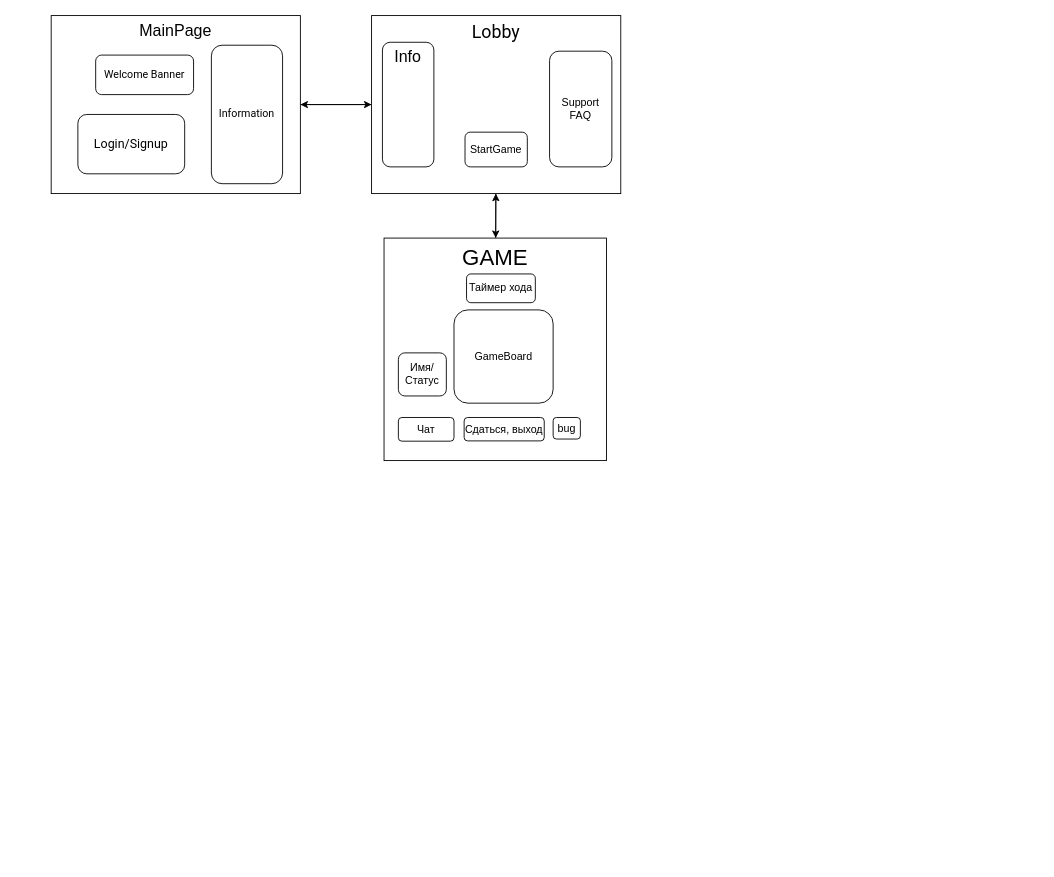
Before: [web]Концепт игры.drawio in Nikita1234678/Jeu_De_Dames_diplom_work, a draw.io diagram. Source tidied: cells renumbered, new cells numbered last; positions are measured from the earlier drawing's top-left corner, leaving out a move shared by most shapes. Both pictures are drawn from the tidied source at 89%, with x=0, y=0 at pixel (51, 15).
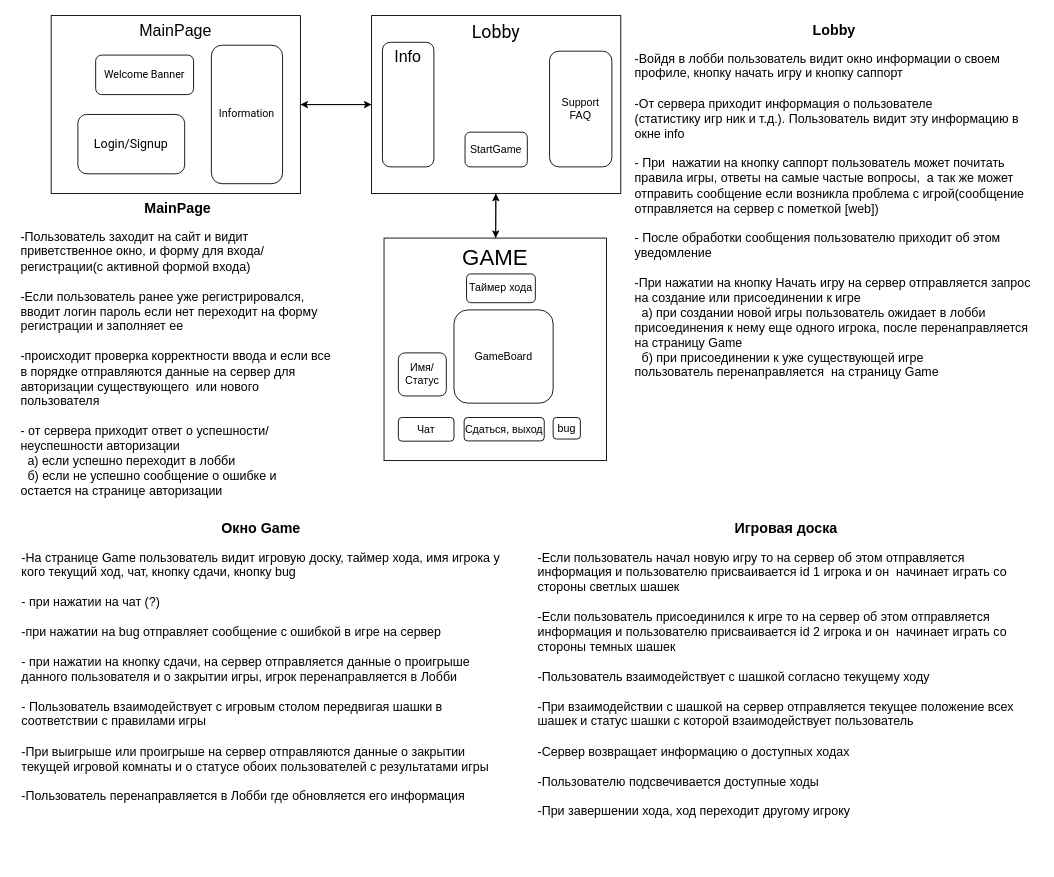
Above is the later version.

The edit, as a diff of the source:
```diff
@@
+    <mxCell id="21" value="&lt;div style=&quot;padding-left: 5px;&quot;&gt;&lt;span style=&quot;background-color: initial;&quot;&gt;&lt;b&gt;&lt;font style=&quot;font-size: 16px;&quot;&gt;MainPage&lt;/font&gt;&lt;/b&gt;&lt;/span&gt;&lt;/div&gt;&lt;div style=&quot;text-align: left; padding-left: 5px;&quot;&gt;&lt;span style=&quot;background-color: initial;&quot;&gt;&lt;br&gt;&lt;/span&gt;&lt;/div&gt;&lt;div style=&quot;text-align: left; padding-left: 5px; font-size: 14px;&quot;&gt;&lt;font style=&quot;font-size: 14px;&quot;&gt;&lt;span style=&quot;background-color: initial;&quot;&gt;-Пользователь заходит на сайт и видит приветственное окно, и форму для входа/регистрации(с активной формой входа)&lt;/span&gt;&lt;br&gt;&lt;/font&gt;&lt;/div&gt;&lt;div style=&quot;text-align: left; padding-left: 5px; font-size: 14px;&quot;&gt;&lt;font style=&quot;font-size: 14px;&quot;&gt;&lt;span style=&quot;background-color: initial;&quot;&gt;&lt;br&gt;&lt;/span&gt;&lt;/font&gt;&lt;/div&gt;&lt;div style=&quot;text-align: left; padding-left: 5px; font-size: 14px;&quot;&gt;&lt;font style=&quot;font-size: 14px;&quot;&gt;&lt;span style=&quot;background-color: initial;&quot;&gt;-Если пользователь ранее уже регистрировался, вводит логин пароль если нет переходит на форму регистрации и заполняет ее&lt;/span&gt;&lt;br&gt;&lt;/font&gt;&lt;/div&gt;&lt;div style=&quot;text-align: left; padding-left: 5px; font-size: 14px;&quot;&gt;&lt;span style=&quot;background-color: initial;&quot;&gt;&lt;font style=&quot;font-size: 14px;&quot;&gt;&lt;br&gt;&lt;/font&gt;&lt;/span&gt;&lt;/div&gt;&lt;div style=&quot;text-align: left; padding-left: 5px; font-size: 14px;&quot;&gt;&lt;span style=&quot;background-color: initial;&quot;&gt;&lt;font style=&quot;font-size: 14px;&quot;&gt;-происходит проверка корректности ввода и если все в порядке отправляются данные на сервер для авторизации существующего&amp;nbsp; или нового пользователя&lt;/font&gt;&lt;/span&gt;&lt;/div&gt;&lt;div style=&quot;text-align: left; padding-left: 5px; font-size: 14px;&quot;&gt;&lt;span style=&quot;background-color: initial;&quot;&gt;&lt;font style=&quot;font-size: 14px;&quot;&gt;&lt;br&gt;&lt;/font&gt;&lt;/span&gt;&lt;/div&gt;&lt;div style=&quot;text-align: left; padding-left: 5px; font-size: 14px;&quot;&gt;&lt;span style=&quot;background-color: initial;&quot;&gt;&lt;font style=&quot;font-size: 14px;&quot;&gt;- от сервера приходит ответ о успешности/неуспешности авторизации&lt;/font&gt;&lt;/span&gt;&lt;/div&gt;&lt;div style=&quot;text-align: left; padding-left: 5px; font-size: 14px;&quot;&gt;&lt;span style=&quot;background-color: initial;&quot;&gt;&lt;font style=&quot;font-size: 14px;&quot;&gt;&amp;nbsp; а) если успешно переходит в лобби&lt;/font&gt;&lt;/span&gt;&lt;/div&gt;&lt;div style=&quot;text-align: left; padding-left: 5px; padding-right: 5px; font-size: 14px;&quot;&gt;&lt;span style=&quot;background-color: initial;&quot;&gt;&lt;font style=&quot;font-size: 14px;&quot;&gt;&lt;font style=&quot;font-size: 14px;&quot;&gt;&amp;nbsp; б) если не успешно сообщение о ошибке и остается на странице авторизации&lt;/font&gt;&lt;i style=&quot;&quot;&gt;&amp;nbsp;&lt;/i&gt;&amp;nbsp;&lt;/font&gt;&lt;/span&gt;&lt;/div&gt;" style="text;html=1;align=center;verticalAlign=top;whiteSpace=wrap;rounded=0;" parent="1" vertex="1">
+      <mxGeometry x="-40" y="200" width="360" height="350" as="geometry" />
+    </mxCell>
+    <mxCell id="22" value="&lt;font size=&quot;1&quot; style=&quot;&quot;&gt;&lt;b style=&quot;font-size: 16px;&quot;&gt;Lobby&lt;/b&gt;&lt;/font&gt;&lt;div&gt;&lt;font style=&quot;font-size: 12px;&quot;&gt;&lt;br&gt;&lt;/font&gt;&lt;/div&gt;&lt;div style=&quot;text-align: left; padding-right: 5px; padding-left: 5px; font-size: 14px;&quot;&gt;&lt;font style=&quot;font-size: 14px;&quot;&gt;-Войдя в лобби пользователь видит окно информации о своем профиле, кнопку начать игру и кнопку саппорт&amp;nbsp;&lt;/font&gt;&lt;/div&gt;&lt;div style=&quot;text-align: left; padding-right: 5px; padding-left: 5px; font-size: 14px;&quot;&gt;&lt;font style=&quot;font-size: 14px;&quot;&gt;&lt;br&gt;&lt;/font&gt;&lt;/div&gt;&lt;div style=&quot;text-align: left; padding-right: 5px; padding-left: 5px; font-size: 14px;&quot;&gt;&lt;font style=&quot;font-size: 14px;&quot;&gt;-От сервера приходит информация о пользователе&amp;nbsp;&lt;/font&gt;&lt;/div&gt;&lt;div style=&quot;text-align: left; padding-right: 5px; padding-left: 5px; font-size: 14px;&quot;&gt;&lt;font style=&quot;font-size: 14px;&quot;&gt;(статистику игр ник и т.д.). Пользователь видит эту информацию в окне info&lt;/font&gt;&lt;/div&gt;&lt;div style=&quot;text-align: left; padding-right: 5px; padding-left: 5px; font-size: 14px;&quot;&gt;&lt;font style=&quot;font-size: 14px;&quot;&gt;&lt;br&gt;&lt;/font&gt;&lt;/div&gt;&lt;div style=&quot;text-align: left; padding-right: 5px; padding-left: 5px; font-size: 14px;&quot;&gt;&lt;font style=&quot;font-size: 14px;&quot;&gt;- При&amp;nbsp; нажатии на кнопку саппорт пользователь может почитать правила игры, ответы на самые частые вопросы,&amp;nbsp; а так же может отправить сообщение если возникла проблема с игрой(сообщение отправляется на сервер с пометкой [web])&lt;/font&gt;&lt;/div&gt;&lt;div style=&quot;text-align: left; padding-right: 5px; padding-left: 5px; font-size: 14px;&quot;&gt;&lt;font style=&quot;font-size: 14px;&quot;&gt;&lt;br&gt;&lt;/font&gt;&lt;/div&gt;&lt;div style=&quot;text-align: left; padding-right: 5px; padding-left: 5px; font-size: 14px;&quot;&gt;&lt;font style=&quot;font-size: 14px;&quot;&gt;- После обработки сообщения пользователю приходит об этом уведомление&lt;/font&gt;&lt;/div&gt;&lt;div style=&quot;text-align: left; padding-right: 5px; padding-left: 5px; font-size: 14px;&quot;&gt;&lt;font style=&quot;font-size: 14px;&quot;&gt;&lt;br&gt;&lt;/font&gt;&lt;/div&gt;&lt;div style=&quot;text-align: left; padding-right: 5px; padding-left: 5px; font-size: 14px;&quot;&gt;&lt;font style=&quot;font-size: 14px;&quot;&gt;-При нажатии на кнопку Начать игру на сервер отправляется запрос на создание или присоединении к игре&lt;/font&gt;&lt;/div&gt;&lt;div style=&quot;text-align: left; padding-right: 5px; padding-left: 5px; font-size: 14px;&quot;&gt;&lt;font style=&quot;font-size: 14px;&quot;&gt;&amp;nbsp; а) при создании новой игры пользователь ожидает в лобби присоединения к нему еще одного игрока, после перенаправляется на страницу Game&lt;/font&gt;&lt;/div&gt;&lt;div style=&quot;text-align: left; padding-right: 5px; padding-left: 5px; font-size: 14px;&quot;&gt;&lt;font style=&quot;font-size: 14px;&quot;&gt;&amp;nbsp; б) при присоединении к уже существующей игре пользователь&amp;nbsp;&lt;span style=&quot;background-color: initial;&quot;&gt;перенаправляется&lt;/span&gt;&lt;span style=&quot;background-color: initial;&quot;&gt;&amp;nbsp;&amp;nbsp;&lt;/span&gt;&lt;span style=&quot;background-color: initial;&quot;&gt;на страницу Game&lt;/span&gt;&lt;/font&gt;&lt;/div&gt;" style="text;html=1;align=center;verticalAlign=top;whiteSpace=wrap;rounded=0;" parent="1" vertex="1">
+      <mxGeometry x="650" width="460" height="420" as="geometry" />
+    </mxCell>
+    <mxCell id="23" value="&lt;div style=&quot;text-align: center;&quot;&gt;&lt;span style=&quot;background-color: initial;&quot;&gt;&lt;b&gt;&lt;font style=&quot;font-size: 16px;&quot;&gt;Окно Game&lt;/font&gt;&lt;/b&gt;&lt;/span&gt;&lt;/div&gt;&lt;div style=&quot;text-align: center;&quot;&gt;&lt;span style=&quot;background-color: initial;&quot;&gt;&lt;br&gt;&lt;/span&gt;&lt;/div&gt;&lt;div style=&quot;padding-right: 5px; padding-left: 5px; font-size: 14px;&quot;&gt;&lt;font style=&quot;font-size: 14px;&quot;&gt;-На странице Game пользователь видит игровую доску, таймер хода, имя игрока у кого текущий ход, чат, кнопку сдачи, кнопку bug&lt;/font&gt;&lt;/div&gt;&lt;div style=&quot;padding-right: 5px; padding-left: 5px; font-size: 14px;&quot;&gt;&lt;font style=&quot;font-size: 14px;&quot;&gt;&lt;br&gt;&lt;/font&gt;&lt;/div&gt;&lt;div style=&quot;padding-right: 5px; padding-left: 5px; font-size: 14px;&quot;&gt;&lt;font style=&quot;font-size: 14px;&quot;&gt;- при нажатии на чат (?)&lt;/font&gt;&lt;/div&gt;&lt;div style=&quot;padding-right: 5px; padding-left: 5px; font-size: 14px;&quot;&gt;&lt;font style=&quot;font-size: 14px;&quot;&gt;&lt;br&gt;&lt;/font&gt;&lt;/div&gt;&lt;div style=&quot;padding-right: 5px; padding-left: 5px; font-size: 14px;&quot;&gt;&lt;font style=&quot;font-size: 14px;&quot;&gt;-при нажатии на bug отправляет сообщение с ошибкой в игре на сервер&lt;/font&gt;&lt;/div&gt;&lt;div style=&quot;padding-right: 5px; padding-left: 5px; font-size: 14px;&quot;&gt;&lt;font style=&quot;font-size: 14px;&quot;&gt;&lt;br&gt;&lt;/font&gt;&lt;/div&gt;&lt;div style=&quot;padding-right: 5px; padding-left: 5px; font-size: 14px;&quot;&gt;&lt;font style=&quot;font-size: 14px;&quot;&gt;- при нажатии на кнопку сдачи, на сервер отправляется данные о проигрыше данного пользователя и о закрытии игры, игрок перенаправляется в Лобби&lt;/font&gt;&lt;/div&gt;&lt;div style=&quot;padding-right: 5px; padding-left: 5px; font-size: 14px;&quot;&gt;&lt;font style=&quot;font-size: 14px;&quot;&gt;&lt;br&gt;&lt;/font&gt;&lt;/div&gt;&lt;div style=&quot;padding-right: 5px; padding-left: 5px; font-size: 14px;&quot;&gt;&lt;font style=&quot;font-size: 14px;&quot;&gt;- Пользователь взаимодействует с игровым столом передвигая шашки в соответствии с правилами игры&lt;/font&gt;&lt;/div&gt;&lt;div style=&quot;padding-right: 5px; padding-left: 5px; font-size: 14px;&quot;&gt;&lt;font style=&quot;font-size: 14px;&quot;&gt;&lt;br&gt;&lt;/font&gt;&lt;/div&gt;&lt;div style=&quot;padding-right: 5px; padding-left: 5px; font-size: 14px;&quot;&gt;&lt;font style=&quot;font-size: 14px;&quot;&gt;-При выигрыше или проигрыше на сервер отправляются данные о закрытии текущей игровой комнаты и о статусе обоих пользователей с результатами игры&lt;/font&gt;&lt;/div&gt;&lt;div style=&quot;padding-right: 5px; padding-left: 5px; font-size: 14px;&quot;&gt;&lt;font style=&quot;font-size: 14px;&quot;&gt;&amp;nbsp;&lt;/font&gt;&lt;/div&gt;&lt;div style=&quot;padding-right: 5px; padding-left: 5px; font-size: 14px;&quot;&gt;&lt;font style=&quot;font-size: 14px;&quot;&gt;-Пользователь перенаправляется в Лобби где обновляется его информация&amp;nbsp; &amp;nbsp;&lt;/font&gt;&lt;/div&gt;" style="text;html=1;align=left;verticalAlign=top;whiteSpace=wrap;rounded=0;" parent="1" vertex="1">
+      <mxGeometry x="-40" y="560" width="550" height="390" as="geometry" />
+    </mxCell>
+    <mxCell id="24" value="&lt;div style=&quot;text-align: center;&quot;&gt;&lt;b style=&quot;background-color: initial;&quot;&gt;&lt;font style=&quot;font-size: 16px;&quot;&gt;Игровая доска&lt;/font&gt;&lt;/b&gt;&lt;/div&gt;&lt;div&gt;&lt;br&gt;&lt;/div&gt;&lt;div style=&quot;padding-right: 5px; padding-left: 5px; font-size: 14px;&quot;&gt;&lt;font style=&quot;font-size: 14px;&quot;&gt;-Если пользователь начал новую игру то на сервер об этом отправляется информация и пользователю присваивается id 1 игрока и он&amp;nbsp; начинает играть со стороны светлых шашек&lt;br&gt;&lt;/font&gt;&lt;/div&gt;&lt;div style=&quot;padding-right: 5px; padding-left: 5px; font-size: 14px;&quot;&gt;&lt;font style=&quot;font-size: 14px;&quot;&gt;&lt;br&gt;&lt;/font&gt;&lt;/div&gt;&lt;div style=&quot;padding-right: 5px; padding-left: 5px; font-size: 14px;&quot;&gt;&lt;font style=&quot;font-size: 14px;&quot;&gt;-Если пользователь присоединился к игре то на сервер об этом отправляется информация и пользователю присваивается id 2 игрока и он&amp;nbsp; начинает играть со стороны темных шашек&lt;/font&gt;&lt;/div&gt;&lt;div style=&quot;padding-right: 5px; padding-left: 5px; font-size: 14px;&quot;&gt;&lt;font style=&quot;font-size: 14px;&quot;&gt;&lt;br&gt;&lt;/font&gt;&lt;/div&gt;&lt;div style=&quot;padding-right: 5px; padding-left: 5px; font-size: 14px;&quot;&gt;&lt;font style=&quot;font-size: 14px;&quot;&gt;-Пользователь взаимодействует с шашкой согласно текущему ходу&lt;/font&gt;&lt;/div&gt;&lt;div style=&quot;padding-right: 5px; padding-left: 5px; font-size: 14px;&quot;&gt;&lt;font style=&quot;font-size: 14px;&quot;&gt;&lt;br&gt;&lt;/font&gt;&lt;/div&gt;&lt;div style=&quot;padding-right: 5px; padding-left: 5px; font-size: 14px;&quot;&gt;&lt;font style=&quot;font-size: 14px;&quot;&gt;-При взаимодействии с шашкой на сервер отправляется текущее положение всех шашек и статус шашки с которой взаимодействует пользователь&lt;/font&gt;&lt;/div&gt;&lt;div style=&quot;padding-right: 5px; padding-left: 5px; font-size: 14px;&quot;&gt;&lt;font style=&quot;font-size: 14px;&quot;&gt;&lt;br&gt;&lt;/font&gt;&lt;/div&gt;&lt;div style=&quot;padding-right: 5px; padding-left: 5px; font-size: 14px;&quot;&gt;&lt;font style=&quot;font-size: 14px;&quot;&gt;-Сервер возвращает информацию о доступных ходах&lt;/font&gt;&lt;/div&gt;&lt;div style=&quot;padding-right: 5px; padding-left: 5px; font-size: 14px;&quot;&gt;&lt;font style=&quot;font-size: 14px;&quot;&gt;&lt;br&gt;&lt;/font&gt;&lt;/div&gt;&lt;div style=&quot;padding-right: 5px; padding-left: 5px; font-size: 14px;&quot;&gt;&lt;font style=&quot;font-size: 14px;&quot;&gt;-Пользователю подсвечивается доступные ходы&lt;/font&gt;&lt;/div&gt;&lt;div style=&quot;padding-right: 5px; padding-left: 5px; font-size: 14px;&quot;&gt;&lt;font style=&quot;font-size: 14px;&quot;&gt;&lt;br&gt;&lt;/font&gt;&lt;/div&gt;&lt;div style=&quot;padding-right: 5px; padding-left: 5px; font-size: 14px;&quot;&gt;&lt;font style=&quot;font-size: 14px;&quot;&gt;-При завершении хода, ход переходит другому игроку&lt;/font&gt;&lt;/div&gt;&lt;div style=&quot;padding-right: 5px; padding-left: 5px;&quot;&gt;&amp;nbsp;&amp;nbsp;&lt;/div&gt;&lt;div style=&quot;padding-right: 5px; padding-left: 5px;&quot;&gt;&amp;nbsp;&lt;/div&gt;" style="text;html=1;align=left;verticalAlign=top;whiteSpace=wrap;rounded=0;" parent="1" vertex="1">
+      <mxGeometry x="540" y="560" width="570" height="380" as="geometry" />
+    </mxCell>
```
